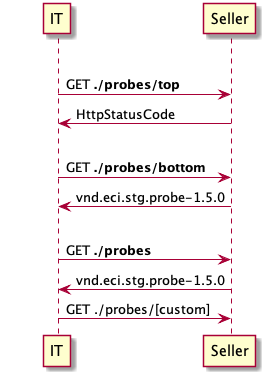
This is images/probe-sequence-diagram.puml.png from EciStg/order-placement, a PlantUML export, as it was before one commit. The source it was exported from:
```plantuml
@startuml sequence-probe.png
group top probe
    IT -> Seller: GET **./probes/top**
    Seller -> IT: HttpStatusCode

group bottom probe
    IT -> Seller: GET **./probes/bottom**
    Seller -> IT: vnd.eci.stg.probe-1.5.0

group custom probes
  IT -> Seller: GET **./probes**
  Seller -> IT: vnd.eci.stg.probe-1.5.0
  IT -> Seller: GET ./probes/[custom]
@enduml
```
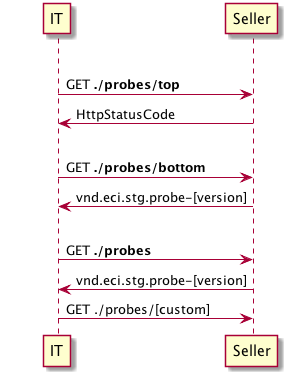
Later version of the same file.

The edit, as a diff of the source:
```diff
@@ -5,10 +5,10 @@
 
 group bottom probe
     IT -> Seller: GET **./probes/bottom**
-    Seller -> IT: vnd.eci.stg.probe-1.5.0
+    Seller -> IT: vnd.eci.stg.probe-[version]
 
 group custom probes
   IT -> Seller: GET **./probes**
-  Seller -> IT: vnd.eci.stg.probe-1.5.0
+  Seller -> IT: vnd.eci.stg.probe-[version]
   IT -> Seller: GET ./probes/[custom]
 @enduml
```
